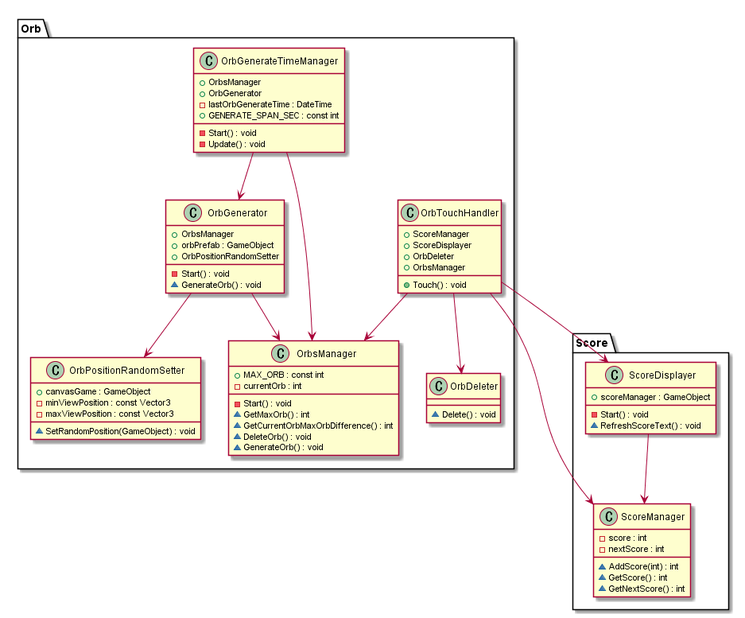
The PlantUML diagram out/TheTemple/Assets/UML/TheTemple/TheTemple.png in gladiolusbamboo/180921UnityTerakoyaAgain, before a commit. Source of this version:
```plantuml
@startuml TheTemple
namespace Orb{
    class OrbDeleter{
        ~ Delete() : void
    }

    class OrbGenerateTimeManager{
        + OrbsManager
        + OrbGenerator
        - lastOrbGenerateTime : DateTime
        + GENERATE_SPAN_SEC : const int
        - Start() : void
        - Update() : void
    }
    OrbGenerateTimeManager --> OrbsManager
    OrbGenerateTimeManager --> OrbGenerator

    class OrbGenerator{
        + OrbsManager
        + orbPrefab : GameObject
        + OrbPositionRandomSetter
        - Start() : void
        ~ GenerateOrb() : void
    }
    OrbGenerator --> OrbsManager
    OrbGenerator --> OrbPositionRandomSetter

    class OrbPositionRandomSetter{
        + canvasGame : GameObject
        - minViewPosition : const Vector3
        - maxViewPosition : const Vector3
        ~ SetRandomPosition(GameObject) : void
    }

    class OrbsManager{
        + MAX_ORB : const int
        - currentOrb : int
        - Start() : void
        ~ GetMaxOrb() : int
        ~ GetCurrentOrbMaxOrbDifference() : int
        ~ DeleteOrb() : void
        ~ GenerateOrb() : void
    }

    class OrbTouchHandler{
        + ScoreManager
        + ScoreDisplayer
        + OrbDeleter
        + OrbsManager
        + Touch() : void
    }
    OrbTouchHandler --> Score.ScoreManager
    OrbTouchHandler --> Score.ScoreDisplayer
    OrbTouchHandler --> OrbDeleter
    OrbTouchHandler --> OrbsManager
}

namespace Score{
    class ScoreDisplayer{
        + scoreManager : GameObject
        - Start() : void
        ~ RefreshScoreText() : void
    }

    class ScoreManager{
        - score : int
        - nextScore : int
        ~ AddScore(int) : int
        ~ GetScore() : int
        ~ GetNextScore() : int
    }
    ScoreDisplayer --> ScoreManager
}
@enduml
```
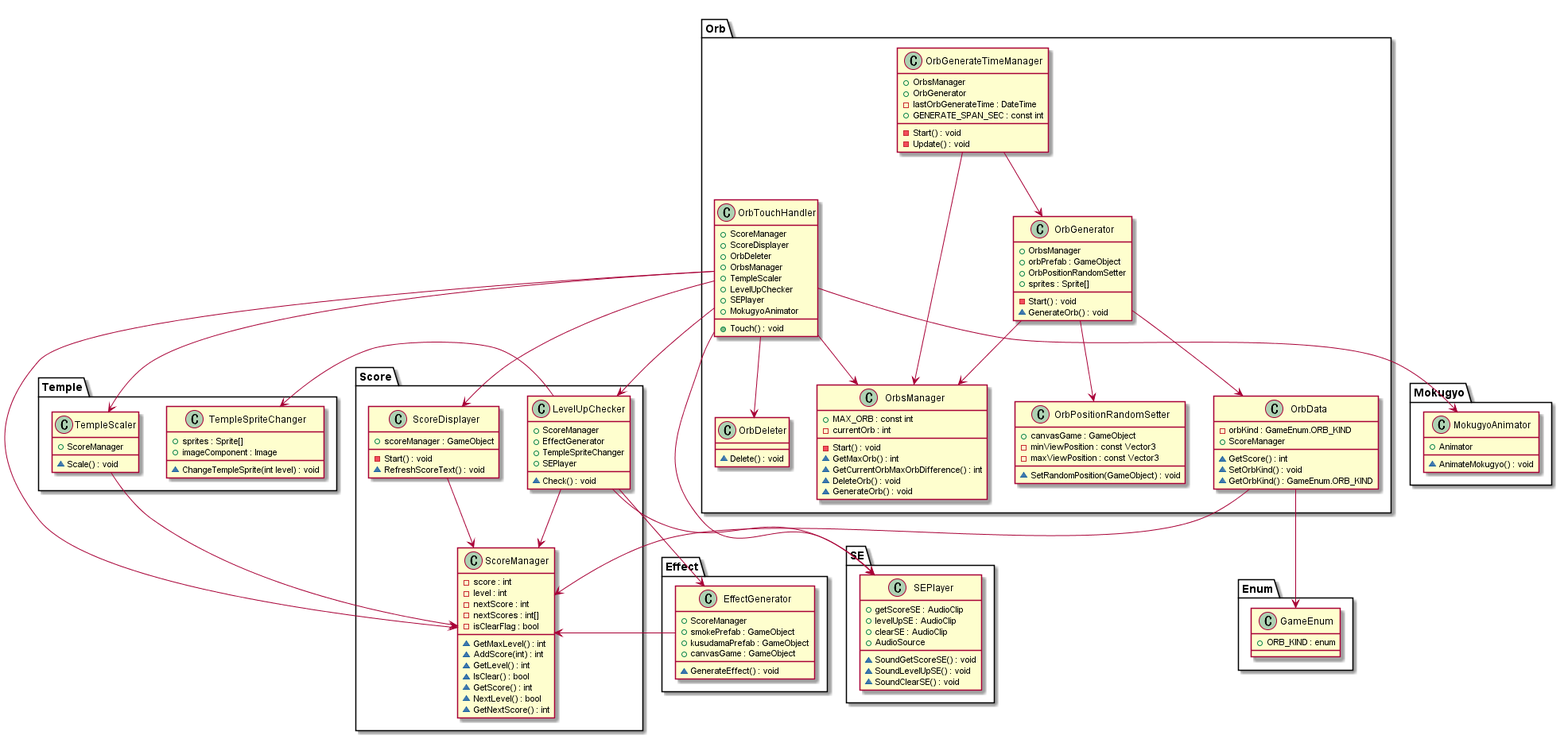
Later version of the same file.

What changed in the source:
```diff
@@ -19,11 +19,13 @@
         + OrbsManager
         + orbPrefab : GameObject
         + OrbPositionRandomSetter
+        + sprites : Sprite[]
         - Start() : void
         ~ GenerateOrb() : void
     }
     OrbGenerator --> OrbsManager
     OrbGenerator --> OrbPositionRandomSetter
+    OrbGenerator --> OrbData
 
     class OrbPositionRandomSetter{
         + canvasGame : GameObject
@@ -47,12 +49,30 @@
         + ScoreDisplayer
         + OrbDeleter
         + OrbsManager
+        + TempleScaler
+        + LevelUpChecker
+        + SEPlayer
+        + MokugyoAnimator
         + Touch() : void
     }
     OrbTouchHandler --> Score.ScoreManager
     OrbTouchHandler --> Score.ScoreDisplayer
     OrbTouchHandler --> OrbDeleter
     OrbTouchHandler --> OrbsManager
+    OrbTouchHandler --> Temple.TempleScaler
+    OrbTouchHandler --> Score.LevelUpChecker
+    OrbTouchHandler --> SE.SEPlayer
+    OrbTouchHandler --> Mokugyo.MokugyoAnimator
+
+    class OrbData{
+        - orbKind : GameEnum.ORB_KIND
+        + ScoreManager
+        ~ GetScore() : int
+        ~ SetOrbKind() : void
+        ~ GetOrbKind() : GameEnum.ORB_KIND
+    }
+    OrbData --> Score.ScoreManager
+    OrbData --> Enum.GameEnum
 }
 
 namespace Score{
@@ -64,11 +84,82 @@
 
     class ScoreManager{
         - score : int
+        - level : int
         - nextScore : int
+        - nextScores : int[]
+        - isClearFlag : bool
+        ~ GetMaxLevel() : int
         ~ AddScore(int) : int
+        ~ GetLevel() : int
+        ~ IsClear() : bool
         ~ GetScore() : int
+        ~ NextLevel() : bool
         ~ GetNextScore() : int
     }
     ScoreDisplayer --> ScoreManager
+
+    class LevelUpChecker{
+        + ScoreManager
+        + EffectGenerator
+        + TempleSpriteChanger
+        + SEPlayer
+        ~ Check() : void
+    }
+    LevelUpChecker --> ScoreManager
+    LevelUpChecker --> Effect.EffectGenerator
+    LevelUpChecker --> Temple.TempleSpriteChanger
+    LevelUpChecker --> SE.SEPlayer
 }
+
+namespace Effect{
+    class EffectGenerator{
+        + ScoreManager
+        + smokePrefab : GameObject
+        + kusudamaPrefab : GameObject
+        + canvasGame : GameObject
+        ~ GenerateEffect() : void
+    }
+    EffectGenerator --> Score.ScoreManager
+}
+
+namespace Temple{
+    class TempleScaler{
+        + ScoreManager
+        ~ Scale() : void
+    }
+    TempleScaler --> Score.ScoreManager
+
+    class TempleSpriteChanger{
+        + sprites : Sprite[]
+        + imageComponent : Image
+        ~ ChangeTempleSprite(int level) : void
+    }
+
+}
+
+namespace Enum{
+    class GameEnum{
+        + ORB_KIND : enum
+    }
+}
+
+namespace SE{
+    class SEPlayer{
+        + getScoreSE : AudioClip
+        + levelUpSE : AudioClip
+        + clearSE : AudioClip
+        + AudioSource
+        ~ SoundGetScoreSE() : void
+        ~ SoundLevelUpSE() : void
+        ~ SoundClearSE() : void
+    }
+}
+
+namespace Mokugyo{
+    class MokugyoAnimator{
+        + Animator
+        ~ AnimateMokugyo() : void
+    }
+}
+
 @enduml
```
